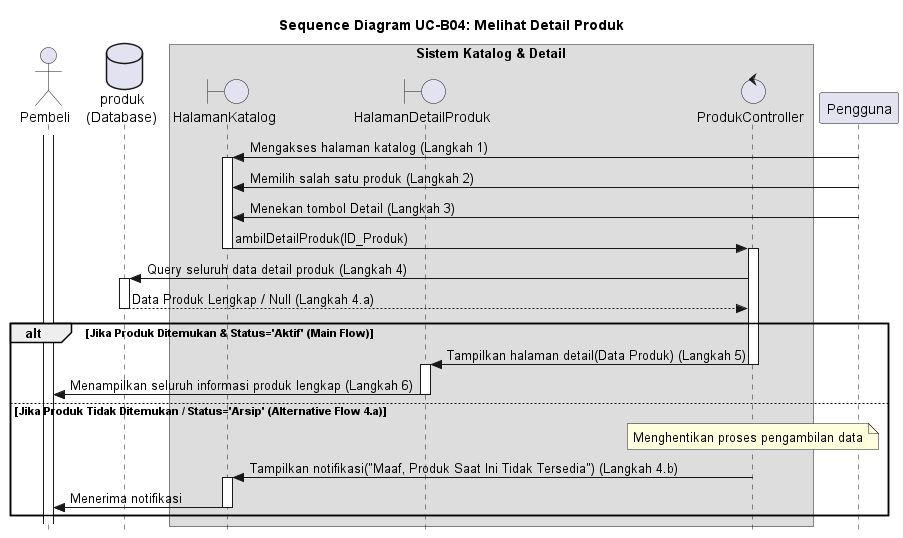
Before: out/UC-B04/SD-UC-B04_MelihatDetailProduk.png, a diagram exported from PlantUML (alfiahnurfa/RSI-PROYEK-AKHIR-SEQUENCE). Source of this version:
```plantuml
@startuml SD-UC-B04_MelihatDetailProduk
title Sequence Diagram UC-B04: Melihat Detail Produk
skinparam style strictuml

actor Pembeli
boundary HalamanKatalog
boundary HalamanDetailProduk
control ProdukController
database produk as "produk\n(Database)"

box "Sistem Katalog & Detail"
    participant HalamanKatalog
    participant HalamanDetailProduk
    participant ProdukController
end box

activate Pembeli
Pengguna -> HalamanKatalog : Mengakses halaman katalog (Langkah 1)
activate HalamanKatalog

Pengguna -> HalamanKatalog : Memilih salah satu produk (Langkah 2)

Pengguna -> HalamanKatalog : Menekan tombol Detail (Langkah 3)
HalamanKatalog -> ProdukController : ambilDetailProduk(ID_Produk)
deactivate HalamanKatalog
activate ProdukController

ProdukController -> produk : Query seluruh data detail produk (Langkah 4)
activate produk
return Data Produk Lengkap / Null (Langkah 4.a)

alt Jika Produk Ditemukan & Status='Aktif' (Main Flow)
    ProdukController -> HalamanDetailProduk : Tampilkan halaman detail(Data Produk) (Langkah 5)
    deactivate ProdukController
    activate HalamanDetailProduk

    HalamanDetailProduk -> Pembeli : Menampilkan seluruh informasi produk lengkap (Langkah 6)
    deactivate HalamanDetailProduk
else Jika Produk Tidak Ditemukan / Status='Arsip' (Alternative Flow 4.a)
    note over ProdukController
        Menghentikan proses pengambilan data
    end note
    ProdukController -> HalamanKatalog : Tampilkan notifikasi("Maaf, Produk Saat Ini Tidak Tersedia") (Langkah 4.b)
    deactivate ProdukController
    activate HalamanKatalog

    HalamanKatalog -> Pembeli : Menerima notifikasi
    deactivate HalamanKatalog
end alt
deactivate produk

@enduml
```
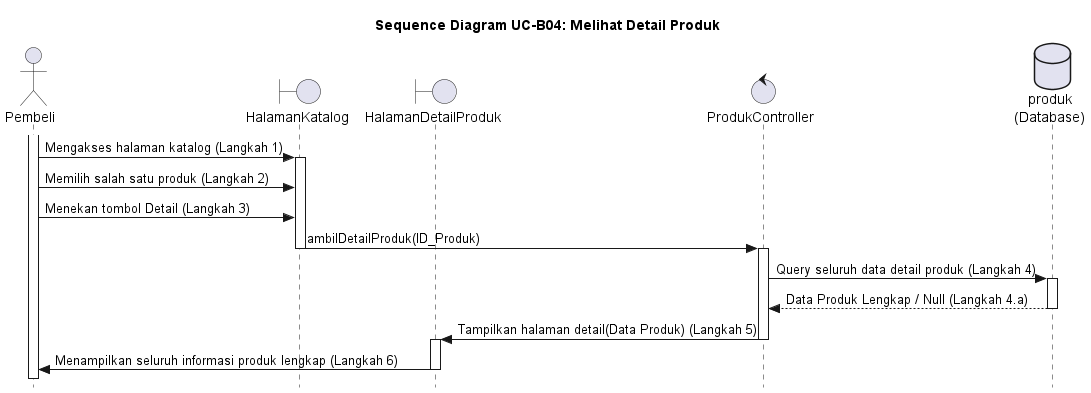
The same diagram one commit later.

What changed in the source:
```diff
@@ -8,19 +8,14 @@
 control ProdukController
 database produk as "produk\n(Database)"
 
-box "Sistem Katalog & Detail"
-    participant HalamanKatalog
-    participant HalamanDetailProduk
-    participant ProdukController
-end box
 
 activate Pembeli
-Pengguna -> HalamanKatalog : Mengakses halaman katalog (Langkah 1)
+Pembeli -> HalamanKatalog : Mengakses halaman katalog (Langkah 1)
 activate HalamanKatalog
 
-Pengguna -> HalamanKatalog : Memilih salah satu produk (Langkah 2)
+Pembeli -> HalamanKatalog : Memilih salah satu produk (Langkah 2)
 
-Pengguna -> HalamanKatalog : Menekan tombol Detail (Langkah 3)
+Pembeli -> HalamanKatalog : Menekan tombol Detail (Langkah 3)
 HalamanKatalog -> ProdukController : ambilDetailProduk(ID_Produk)
 deactivate HalamanKatalog
 activate ProdukController
@@ -29,24 +24,15 @@
 activate produk
 return Data Produk Lengkap / Null (Langkah 4.a)
 
-alt Jika Produk Ditemukan & Status='Aktif' (Main Flow)
-    ProdukController -> HalamanDetailProduk : Tampilkan halaman detail(Data Produk) (Langkah 5)
-    deactivate ProdukController
-    activate HalamanDetailProduk
+ProdukController -> HalamanDetailProduk : Tampilkan halaman detail(Data Produk) (Langkah 5)
+deactivate ProdukController
+activate HalamanDetailProduk
 
-    HalamanDetailProduk -> Pembeli : Menampilkan seluruh informasi produk lengkap (Langkah 6)
-    deactivate HalamanDetailProduk
-else Jika Produk Tidak Ditemukan / Status='Arsip' (Alternative Flow 4.a)
-    note over ProdukController
-        Menghentikan proses pengambilan data
-    end note
-    ProdukController -> HalamanKatalog : Tampilkan notifikasi("Maaf, Produk Saat Ini Tidak Tersedia") (Langkah 4.b)
-    deactivate ProdukController
-    activate HalamanKatalog
+HalamanDetailProduk -> Pembeli : Menampilkan seluruh informasi produk lengkap (Langkah 6)
+deactivate HalamanDetailProduk
 
-    HalamanKatalog -> Pembeli : Menerima notifikasi
-    deactivate HalamanKatalog
-end alt
+
+
 deactivate produk
 
 @enduml
```
